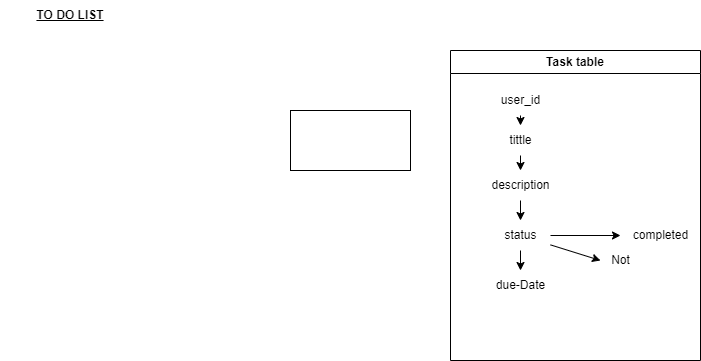
Before: strucute.drawio.png, a diagram exported from draw.io (Laxus8120/ProvidentiaAssignment). Source tidied: cells renumbered, new cells last; positions are measured from the earlier drawing's top-left corner, leaving out a move shared by most shapes.
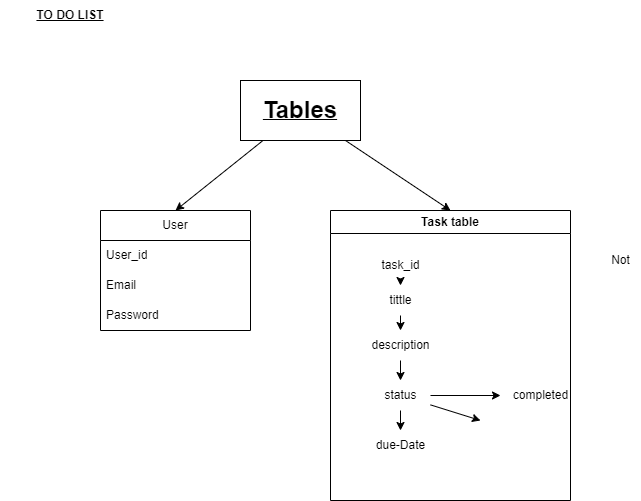
The same file after the commit.

Commit message:
Added basic CRUD operation working till task model creation

Diff of the diagram source:
```diff
@@ -3,13 +3,13 @@
     <mxCell id="0" />
     <mxCell id="1" parent="0" />
     <mxCell id="2" style="rounded=0;whiteSpace=wrap;html=1;" parent="1" vertex="1">
-      <mxGeometry x="290" y="110" width="120" height="60" as="geometry" />
+      <mxGeometry x="240" y="80" width="120" height="60" as="geometry" />
     </mxCell>
     <mxCell id="3" value="&lt;b&gt;&lt;u&gt;TO DO LIST&lt;/u&gt;&lt;/b&gt;" style="text;html=1;align=center;verticalAlign=middle;whiteSpace=wrap;rounded=0;" parent="1" vertex="1">
       <mxGeometry width="140" height="30" as="geometry" />
     </mxCell>
     <mxCell id="4" value="Task table" style="swimlane;whiteSpace=wrap;html=1;" parent="1" vertex="1">
-      <mxGeometry x="450" y="50" width="250" height="310" as="geometry" />
+      <mxGeometry x="330" y="210" width="240" height="290" as="geometry" />
     </mxCell>
     <mxCell id="5" style="edgeStyle=none;html=1;" parent="4" edge="1" source="6" target="8">
       <mxGeometry relative="1" as="geometry" />
@@ -43,14 +43,35 @@
     <mxCell id="14" value="due-Date" style="text;html=1;align=center;verticalAlign=middle;points=[];strokeColor=none;fillColor=none;" parent="4" vertex="1">
       <mxGeometry x="35" y="220" width="70" height="30" as="geometry" />
     </mxCell>
+    <mxCell id="16" value="task_id" style="text;html=1;align=center;verticalAlign=middle;points=[];strokeColor=none;fillColor=none;" parent="4" vertex="1">
+      <mxGeometry x="40" y="40" width="60" height="30" as="geometry" />
+    </mxCell>
-    <mxCell id="15" style="edgeStyle=none;html=1;" parent="1" edge="1" source="16" target="6">
+    <mxCell id="15" style="edgeStyle=none;html=1;" parent="4" edge="1" source="16" target="6">
       <mxGeometry relative="1" as="geometry" />
     </mxCell>
-    <mxCell id="16" value="user_id" style="text;html=1;align=center;verticalAlign=middle;points=[];strokeColor=none;fillColor=none;" parent="1" vertex="1">
-      <mxGeometry x="490" y="85" width="60" height="30" as="geometry" />
-    </mxCell>
     <mxCell id="17" value="Not" style="text;html=1;align=center;verticalAlign=middle;strokeColor=none;fillColor=none;" parent="1" vertex="1">
       <mxGeometry x="600" y="245" width="40" height="30" as="geometry" />
     </mxCell>
+    <mxCell id="18" value="User" style="swimlane;fontStyle=0;horizontal=1;startSize=30;whiteSpace=wrap;html=1;" parent="1" vertex="1">
+      <mxGeometry x="100" y="210" width="150" height="120" as="geometry" />
+    </mxCell>
+    <mxCell id="19" value="User_id" style="text;strokeColor=none;fillColor=none;align=left;verticalAlign=middle;spacingLeft=4;spacingRight=4;overflow=hidden;whiteSpace=wrap;html=1;" parent="18" vertex="1">
+      <mxGeometry y="30" width="150" height="30" as="geometry" />
+    </mxCell>
+    <mxCell id="20" value="Email" style="text;strokeColor=none;fillColor=none;align=left;verticalAlign=middle;spacingLeft=4;spacingRight=4;overflow=hidden;whiteSpace=wrap;html=1;" parent="18" vertex="1">
+      <mxGeometry y="60" width="150" height="30" as="geometry" />
+    </mxCell>
+    <mxCell id="21" value="Password" style="text;strokeColor=none;fillColor=none;align=left;verticalAlign=middle;spacingLeft=4;spacingRight=4;overflow=hidden;whiteSpace=wrap;html=1;" parent="18" vertex="1">
+      <mxGeometry y="90" width="150" height="30" as="geometry" />
+    </mxCell>
+    <mxCell id="22" style="edgeStyle=none;html=1;entryX=0.5;entryY=0;entryDx=0;entryDy=0;fontSize=24;" parent="1" edge="1" source="24" target="18">
+      <mxGeometry relative="1" as="geometry" />
+    </mxCell>
+    <mxCell id="23" style="edgeStyle=none;html=1;entryX=0.5;entryY=0;entryDx=0;entryDy=0;fontSize=24;" parent="1" edge="1" source="24" target="4">
+      <mxGeometry relative="1" as="geometry" />
+    </mxCell>
+    <mxCell id="24" value="&lt;b&gt;&lt;u&gt;&lt;font style=&quot;font-size: 24px;&quot;&gt;Tables&lt;/font&gt;&lt;/u&gt;&lt;/b&gt;" style="text;html=1;strokeColor=none;fillColor=none;align=center;verticalAlign=middle;whiteSpace=wrap;rounded=0;" parent="1" vertex="1">
+      <mxGeometry x="240" y="80" width="120" height="60" as="geometry" />
+    </mxCell>
   </root>
 </mxGraphModel>
```
